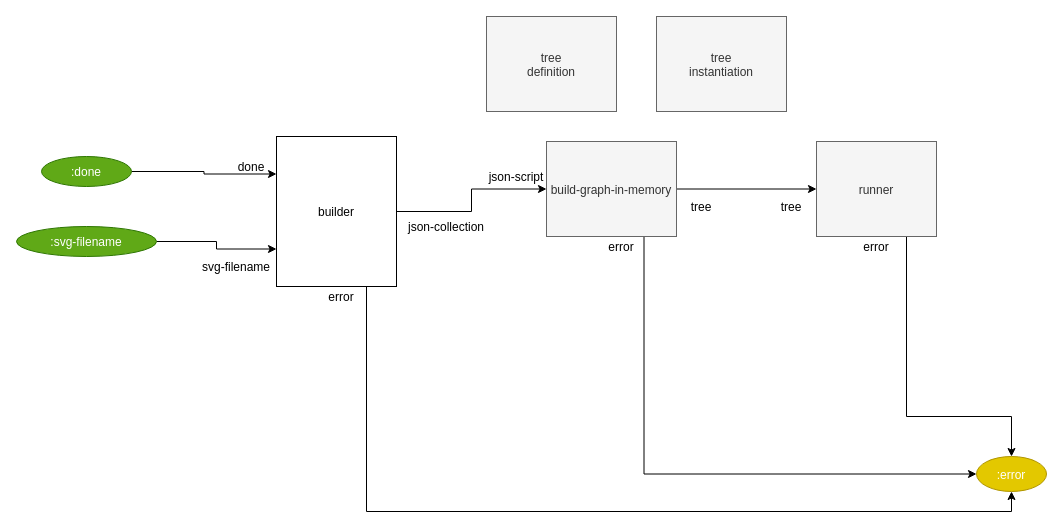
The draw.io diagram page "0. build-load-and-run" (1 of 5) of build_process/cl-build/build.drawio in bmfbp/bmfbp, before the edit. Source tidied: cells renumbered, new cells numbered last; positions are measured from the earlier drawing's top-left corner, leaving out a move shared by most shapes. Both pictures are drawn from the tidied source at 100%, with x=0, y=0 at pixel (16, 16).
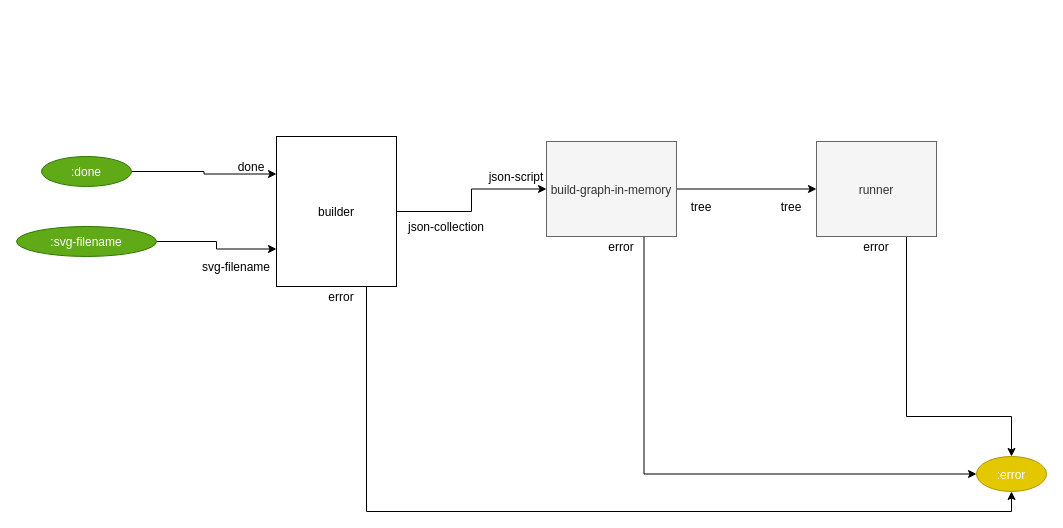
The same diagram, later.

The edit, as a diff of the source:
```diff
@@
-    <mxCell id="15" value="tree&#10;definition" style="rounded=0;fillColor=#f5f5f5;strokeColor=#666666;fontColor=#333333;" parent="1" vertex="1">
-      <mxGeometry x="470" width="130" height="95" as="geometry" />
-    </mxCell>
-    <mxCell id="16" value="tree&#10;instantiation" style="rounded=0;fillColor=#f5f5f5;strokeColor=#666666;fontColor=#333333;" parent="1" vertex="1">
-      <mxGeometry x="640" width="130" height="95" as="geometry" />
-    </mxCell>
```
